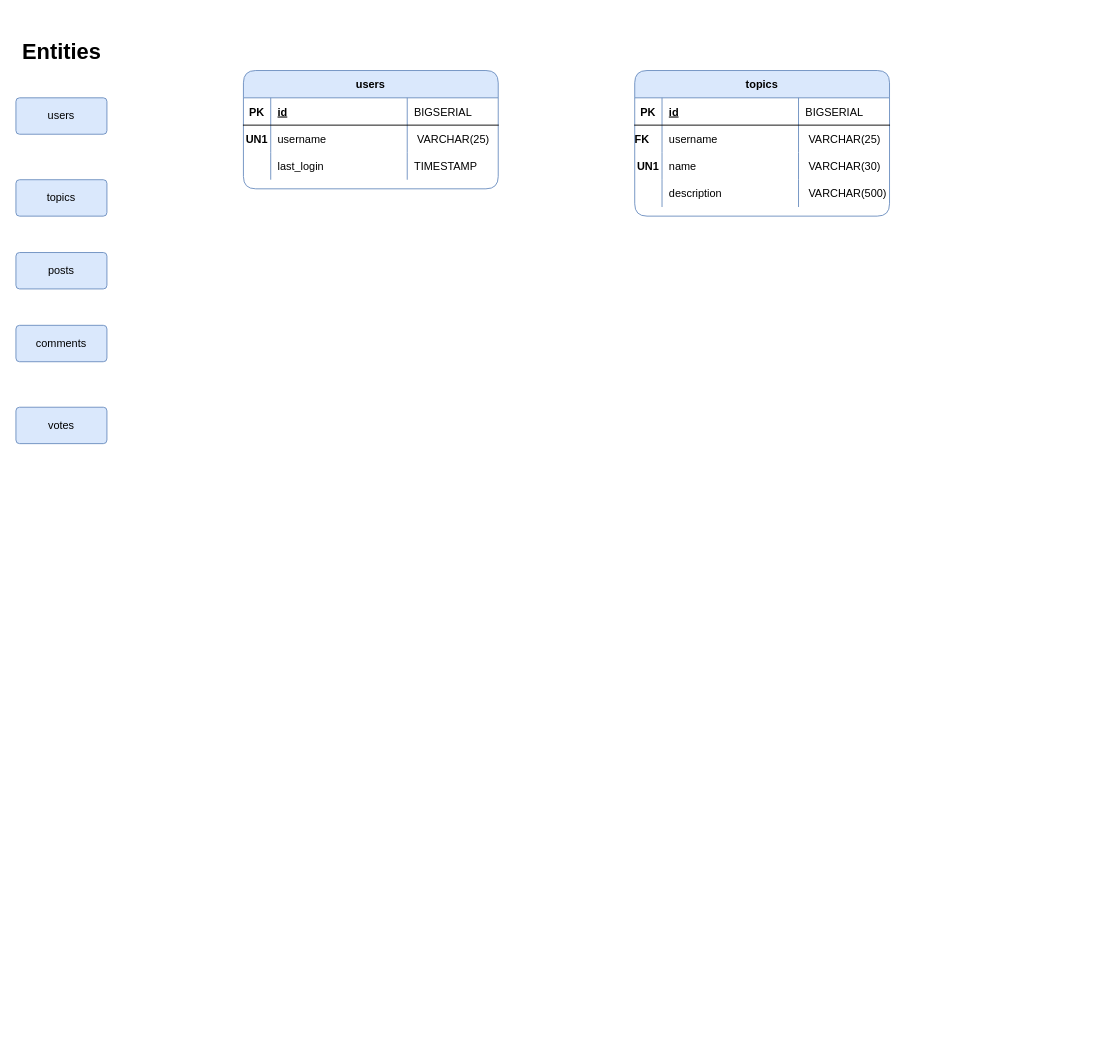
Before: page "ERD" (1 of 2) of diagrams/udiddit.drawio in osman-software-engineer/udiddit, a draw.io diagram. Source tidied: cells renumbered, new cells numbered last; positions are measured from the earlier drawing's top-left corner, leaving out a move shared by most shapes. Both pictures are drawn from the tidied source at 91%, with x=0, y=0 at pixel (15, 34).
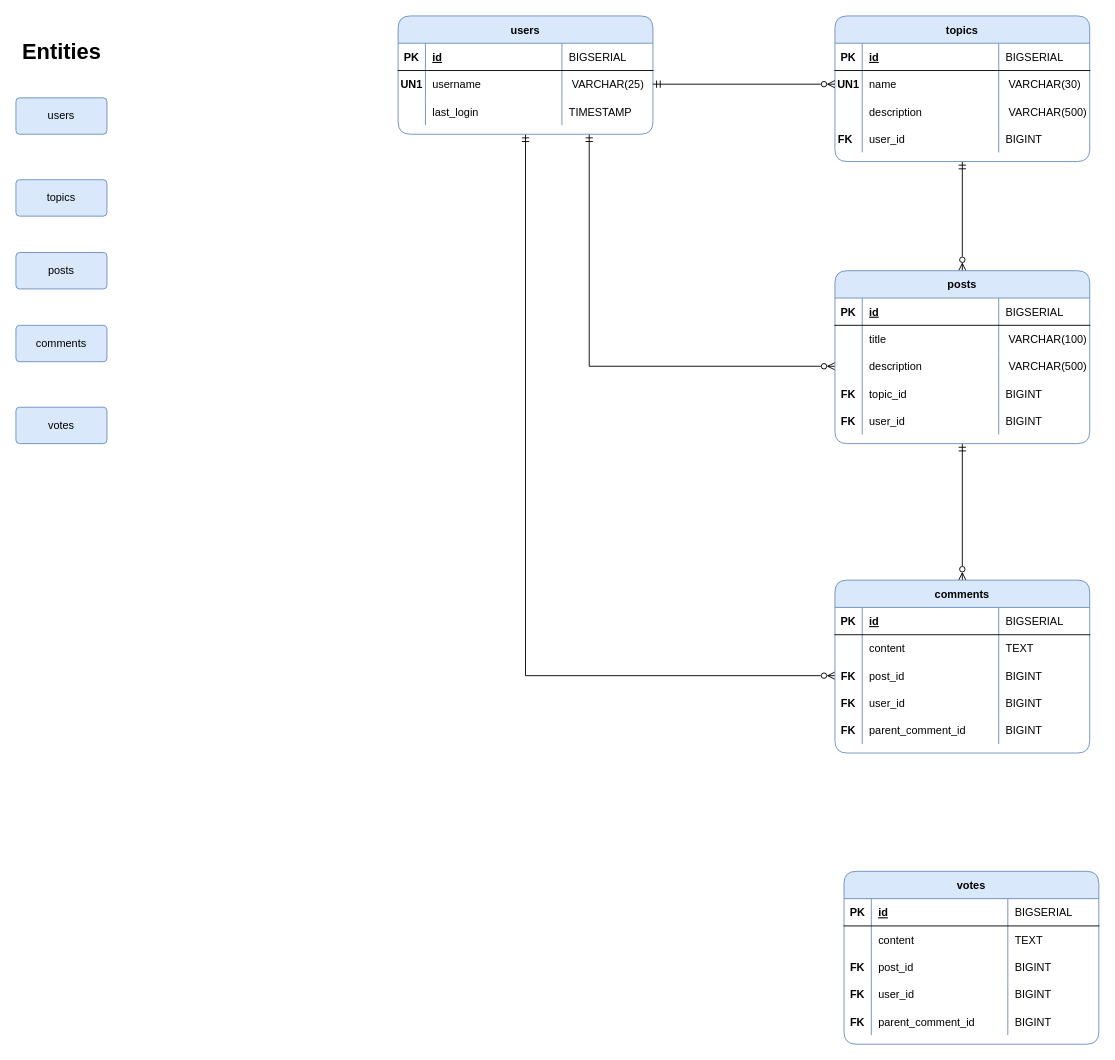
The same page after the edit.

Unchanged cells that the change refers to:
```xml
<mxCell id="13" style="shape=partialRectangle;fillColor=none;top=0;left=0;bottom=0;right=0;points=[[0,0.5],[1,0.5]];portConstraint=eastwest;" parent="8" vertex="1">
  <mxGeometry y="60" width="280" height="30" as="geometry" />
</mxCell>
```

The edit, as a diff of the source:
```diff
@@
+    <mxCell id="40" style="edgeStyle=orthogonalEdgeStyle;rounded=0;jettySize=auto;html=1;entryX=0;entryY=0.5;entryDx=0;entryDy=0;startArrow=ERmandOne;startFill=0;endArrow=ERzeroToMany;endFill=0;exitX=0.75;exitY=1;exitDx=0;exitDy=0;" parent="1" edge="1" source="8" target="53">
+      <mxGeometry relative="1" as="geometry" />
+    </mxCell>
+    <mxCell id="41" style="edgeStyle=orthogonalEdgeStyle;rounded=0;jettySize=auto;html=1;entryX=0;entryY=0.5;entryDx=0;entryDy=0;startArrow=ERmandOne;startFill=0;endArrow=ERzeroToMany;endFill=0;exitX=0.5;exitY=1;exitDx=0;exitDy=0;" parent="1" edge="1" source="8" target="75">
+      <mxGeometry relative="1" as="geometry" />
+    </mxCell>
     <mxCell id="8" value="users" style="shape=table;startSize=30;childLayout=tableLayout;rowLines=0;fontStyle=1;align=center;rounded=1;fillColor=#dae8fc;strokeColor=#6c8ebf;shadow=0;sketch=0;" parent="1" vertex="1">
-      <mxGeometry x="250" y="40" width="280" height="130" as="geometry" />
+      <mxGeometry x="420" y="-20" width="280" height="130" as="geometry" />
     </mxCell>
@@
     <mxCell id="21" value="UN1" style="shape=partialRectangle;fillColor=none;top=0;left=0;bottom=0;right=0;overflow=hidden;fontStyle=1;" parent="1" vertex="1">
-      <mxGeometry x="250" y="100" width="30" height="30" as="geometry" />
+      <mxGeometry x="420" y="40" width="30" height="30" as="geometry" />
     </mxCell>
+    <mxCell id="42" style="edgeStyle=orthogonalEdgeStyle;rounded=0;jettySize=auto;html=1;entryX=0.5;entryY=0;entryDx=0;entryDy=0;startArrow=ERmandOne;startFill=0;endArrow=ERzeroToMany;endFill=0;" parent="1" edge="1" source="22" target="44">
+      <mxGeometry relative="1" as="geometry" />
+    </mxCell>
     <mxCell id="22" value="topics" style="shape=table;startSize=30;childLayout=tableLayout;rowLines=0;fontStyle=1;align=center;rounded=1;fillColor=#dae8fc;strokeColor=#6c8ebf;shadow=0;sketch=0;" parent="1" vertex="1">
-      <mxGeometry x="680" y="40" width="280" height="160" as="geometry" />
+      <mxGeometry x="900" y="-20" width="280" height="160" as="geometry" />
     </mxCell>
@@
-    <mxCell id="27" style="shape=partialRectangle;fillColor=none;top=0;left=0;bottom=0;right=0;" parent="22" vertex="1">
-      <mxGeometry y="60" width="280" height="30" as="geometry" />
-    </mxCell>
-    <mxCell id="28" value="FK    " style="shape=partialRectangle;fillColor=none;top=0;left=0;bottom=0;right=0;overflow=hidden;fontStyle=1;" parent="27" vertex="1">
-      <mxGeometry width="30" height="30" as="geometry" />
-    </mxCell>
-    <mxCell id="29" value="username" style="shape=partialRectangle;fillColor=none;top=0;left=0;bottom=0;right=0;align=left;spacingLeft=6;overflow=hidden;" parent="27" vertex="1">
-      <mxGeometry x="30" width="150" height="30" as="geometry" />
-    </mxCell>
-    <mxCell id="30" value=" VARCHAR(25)" style="shape=partialRectangle;fillColor=none;top=0;left=0;bottom=0;right=0;align=left;spacingLeft=6;overflow=hidden;" parent="27" vertex="1">
-      <mxGeometry x="180" width="100" height="30" as="geometry" />
-    </mxCell>
     <mxCell id="31" style="shape=partialRectangle;fillColor=none;top=0;left=0;bottom=0;right=0;points=[[0,0.5],[1,0.5]];portConstraint=eastwest;" parent="22" vertex="1">
-      <mxGeometry y="90" width="280" height="30" as="geometry" />
+      <mxGeometry y="60" width="280" height="30" as="geometry" />
     </mxCell>
@@
     <mxCell id="35" style="shape=partialRectangle;fillColor=none;top=0;left=0;bottom=0;right=0;" parent="22" vertex="1">
-      <mxGeometry y="120" width="280" height="30" as="geometry" />
+      <mxGeometry y="90" width="280" height="30" as="geometry" />
     </mxCell>
@@
+    <mxCell id="27" style="shape=partialRectangle;fillColor=none;top=0;left=0;bottom=0;right=0;" parent="22" vertex="1">
+      <mxGeometry y="120" width="280" height="30" as="geometry" />
+    </mxCell>
+    <mxCell id="28" value="FK  " style="shape=partialRectangle;fillColor=none;top=0;left=0;bottom=0;right=0;overflow=hidden;fontStyle=1;" parent="27" vertex="1">
+      <mxGeometry width="30" height="30" as="geometry" />
+    </mxCell>
+    <mxCell id="29" value="user_id" style="shape=partialRectangle;fillColor=none;top=0;left=0;bottom=0;right=0;align=left;spacingLeft=6;overflow=hidden;" parent="27" vertex="1">
+      <mxGeometry x="30" width="150" height="30" as="geometry" />
+    </mxCell>
+    <mxCell id="30" value="BIGINT" style="shape=partialRectangle;fillColor=none;top=0;left=0;bottom=0;right=0;align=left;spacingLeft=6;overflow=hidden;" parent="27" vertex="1">
+      <mxGeometry x="180" width="100" height="30" as="geometry" />
+    </mxCell>
@@
+    <mxCell id="43" style="edgeStyle=orthogonalEdgeStyle;rounded=0;jettySize=auto;html=1;startArrow=ERmandOne;startFill=0;endArrow=ERzeroToMany;endFill=0;" parent="1" edge="1" source="44" target="66">
+      <mxGeometry relative="1" as="geometry" />
+    </mxCell>
+    <mxCell id="44" value="posts" style="shape=table;startSize=30;childLayout=tableLayout;rowLines=0;fontStyle=1;align=center;rounded=1;fillColor=#dae8fc;strokeColor=#6c8ebf;shadow=0;sketch=0;" parent="1" vertex="1">
+      <mxGeometry x="900" y="260" width="280" height="190" as="geometry" />
+    </mxCell>
+    <mxCell id="45" style="shape=partialRectangle;fillColor=none;top=0;left=0;bottom=1;right=0;" parent="44" vertex="1">
+      <mxGeometry y="30" width="280" height="30" as="geometry" />
+    </mxCell>
+    <mxCell id="46" value="PK" style="shape=partialRectangle;fillColor=none;top=0;left=0;bottom=0;right=0;fontStyle=1;overflow=hidden;" parent="45" vertex="1">
+      <mxGeometry width="30" height="30" as="geometry" />
+    </mxCell>
+    <mxCell id="47" value="id" style="shape=partialRectangle;fillColor=none;top=0;left=0;bottom=0;right=0;align=left;spacingLeft=6;fontStyle=5;overflow=hidden;" parent="45" vertex="1">
+      <mxGeometry x="30" width="150" height="30" as="geometry" />
+    </mxCell>
+    <mxCell id="48" value="BIGSERIAL" style="shape=partialRectangle;fillColor=none;top=0;left=0;bottom=0;right=0;align=left;spacingLeft=6;fontStyle=0;overflow=hidden;" parent="45" vertex="1">
+      <mxGeometry x="180" width="100" height="30" as="geometry" />
+    </mxCell>
+    <mxCell id="49" style="shape=partialRectangle;fillColor=none;top=0;left=0;bottom=0;right=0;" parent="44" vertex="1">
+      <mxGeometry y="60" width="280" height="30" as="geometry" />
+    </mxCell>
+    <mxCell id="50" style="shape=partialRectangle;fillColor=none;top=0;left=0;bottom=0;right=0;overflow=hidden;fontStyle=1;" parent="49" vertex="1">
+      <mxGeometry width="30" height="30" as="geometry" />
+    </mxCell>
+    <mxCell id="51" value="title" style="shape=partialRectangle;fillColor=none;top=0;left=0;bottom=0;right=0;align=left;spacingLeft=6;overflow=hidden;" parent="49" vertex="1">
+      <mxGeometry x="30" width="150" height="30" as="geometry" />
+    </mxCell>
+    <mxCell id="52" value=" VARCHAR(100)" style="shape=partialRectangle;fillColor=none;top=0;left=0;bottom=0;right=0;align=left;spacingLeft=6;overflow=hidden;" parent="49" vertex="1">
+      <mxGeometry x="180" width="100" height="30" as="geometry" />
+    </mxCell>
+    <mxCell id="53" style="shape=partialRectangle;fillColor=none;top=0;left=0;bottom=0;right=0;points=[[0,0.5],[1,0.5]];portConstraint=eastwest;" parent="44" vertex="1">
+      <mxGeometry y="90" width="280" height="30" as="geometry" />
+    </mxCell>
+    <mxCell id="54" style="shape=partialRectangle;fillColor=none;top=0;left=0;bottom=0;right=0;overflow=hidden;" parent="53" vertex="1">
+      <mxGeometry width="30" height="30" as="geometry" />
+    </mxCell>
+    <mxCell id="55" value="description" style="shape=partialRectangle;fillColor=none;top=0;left=0;bottom=0;right=0;align=left;spacingLeft=6;overflow=hidden;" parent="53" vertex="1">
+      <mxGeometry x="30" width="150" height="30" as="geometry" />
+    </mxCell>
+    <mxCell id="56" value=" VARCHAR(500)" style="shape=partialRectangle;fillColor=none;top=0;left=0;bottom=0;right=0;align=left;spacingLeft=6;overflow=hidden;" parent="53" vertex="1">
+      <mxGeometry x="180" width="100" height="30" as="geometry" />
+    </mxCell>
+    <mxCell id="57" style="shape=partialRectangle;fillColor=none;top=0;left=0;bottom=0;right=0;" parent="44" vertex="1">
+      <mxGeometry y="120" width="280" height="30" as="geometry" />
+    </mxCell>
+    <mxCell id="58" value="FK" style="shape=partialRectangle;fillColor=none;top=0;left=0;bottom=0;right=0;overflow=hidden;fontStyle=1;" parent="57" vertex="1">
+      <mxGeometry width="30" height="30" as="geometry" />
+    </mxCell>
+    <mxCell id="59" value="topic_id" style="shape=partialRectangle;fillColor=none;top=0;left=0;bottom=0;right=0;align=left;spacingLeft=6;overflow=hidden;" parent="57" vertex="1">
+      <mxGeometry x="30" width="150" height="30" as="geometry" />
+    </mxCell>
+    <mxCell id="60" value="BIGINT" style="shape=partialRectangle;fillColor=none;top=0;left=0;bottom=0;right=0;align=left;spacingLeft=6;overflow=hidden;" parent="57" vertex="1">
+      <mxGeometry x="180" width="100" height="30" as="geometry" />
+    </mxCell>
+    <mxCell id="61" style="shape=partialRectangle;fillColor=none;top=0;left=0;bottom=0;right=0;" parent="44" vertex="1">
+      <mxGeometry y="150" width="280" height="30" as="geometry" />
+    </mxCell>
+    <mxCell id="62" value="FK" style="shape=partialRectangle;fillColor=none;top=0;left=0;bottom=0;right=0;overflow=hidden;fontStyle=1;" parent="61" vertex="1">
+      <mxGeometry width="30" height="30" as="geometry" />
+    </mxCell>
+    <mxCell id="63" value="user_id" style="shape=partialRectangle;fillColor=none;top=0;left=0;bottom=0;right=0;align=left;spacingLeft=6;overflow=hidden;" parent="61" vertex="1">
+      <mxGeometry x="30" width="150" height="30" as="geometry" />
+    </mxCell>
+    <mxCell id="64" value="BIGINT" style="shape=partialRectangle;fillColor=none;top=0;left=0;bottom=0;right=0;align=left;spacingLeft=6;overflow=hidden;" parent="61" vertex="1">
+      <mxGeometry x="180" width="100" height="30" as="geometry" />
+    </mxCell>
+    <mxCell id="65" style="edgeStyle=orthogonalEdgeStyle;rounded=0;jettySize=auto;html=1;entryX=0;entryY=0.5;entryDx=0;entryDy=0;endArrow=ERzeroToMany;endFill=0;startArrow=ERmandOne;startFill=0;" parent="1" edge="1" source="13" target="31">
+      <mxGeometry relative="1" as="geometry" />
+    </mxCell>
+    <mxCell id="66" value="comments" style="shape=table;startSize=30;childLayout=tableLayout;rowLines=0;fontStyle=1;align=center;rounded=1;fillColor=#dae8fc;strokeColor=#6c8ebf;shadow=0;sketch=0;" parent="1" vertex="1">
+      <mxGeometry x="900" y="600" width="280" height="190" as="geometry" />
+    </mxCell>
+    <mxCell id="67" style="shape=partialRectangle;fillColor=none;top=0;left=0;bottom=1;right=0;" parent="66" vertex="1">
+      <mxGeometry y="30" width="280" height="30" as="geometry" />
+    </mxCell>
+    <mxCell id="68" value="PK" style="shape=partialRectangle;fillColor=none;top=0;left=0;bottom=0;right=0;fontStyle=1;overflow=hidden;" parent="67" vertex="1">
+      <mxGeometry width="30" height="30" as="geometry" />
+    </mxCell>
+    <mxCell id="69" value="id" style="shape=partialRectangle;fillColor=none;top=0;left=0;bottom=0;right=0;align=left;spacingLeft=6;fontStyle=5;overflow=hidden;" parent="67" vertex="1">
+      <mxGeometry x="30" width="150" height="30" as="geometry" />
+    </mxCell>
+    <mxCell id="70" value="BIGSERIAL" style="shape=partialRectangle;fillColor=none;top=0;left=0;bottom=0;right=0;align=left;spacingLeft=6;fontStyle=0;overflow=hidden;" parent="67" vertex="1">
+      <mxGeometry x="180" width="100" height="30" as="geometry" />
+    </mxCell>
+    <mxCell id="71" style="shape=partialRectangle;fillColor=none;top=0;left=0;bottom=0;right=0;" parent="66" vertex="1">
+      <mxGeometry y="60" width="280" height="30" as="geometry" />
+    </mxCell>
+    <mxCell id="72" style="shape=partialRectangle;fillColor=none;top=0;left=0;bottom=0;right=0;overflow=hidden;fontStyle=1;" parent="71" vertex="1">
+      <mxGeometry width="30" height="30" as="geometry" />
+    </mxCell>
+    <mxCell id="73" value="content" style="shape=partialRectangle;fillColor=none;top=0;left=0;bottom=0;right=0;align=left;spacingLeft=6;overflow=hidden;" parent="71" vertex="1">
+      <mxGeometry x="30" width="150" height="30" as="geometry" />
+    </mxCell>
+    <mxCell id="74" value="TEXT" style="shape=partialRectangle;fillColor=none;top=0;left=0;bottom=0;right=0;align=left;spacingLeft=6;overflow=hidden;" parent="71" vertex="1">
+      <mxGeometry x="180" width="100" height="30" as="geometry" />
+    </mxCell>
+    <mxCell id="75" style="shape=partialRectangle;fillColor=none;top=0;left=0;bottom=0;right=0;points=[[0,0.5],[1,0.5]];portConstraint=eastwest;" parent="66" vertex="1">
+      <mxGeometry y="90" width="280" height="30" as="geometry" />
+    </mxCell>
+    <mxCell id="76" value="FK" style="shape=partialRectangle;fillColor=none;top=0;left=0;bottom=0;right=0;overflow=hidden;fontStyle=1;" parent="75" vertex="1">
+      <mxGeometry width="30" height="30" as="geometry" />
+    </mxCell>
+    <mxCell id="77" value="post_id" style="shape=partialRectangle;fillColor=none;top=0;left=0;bottom=0;right=0;align=left;spacingLeft=6;overflow=hidden;" parent="75" vertex="1">
+      <mxGeometry x="30" width="150" height="30" as="geometry" />
+    </mxCell>
+    <mxCell id="78" value="BIGINT" style="shape=partialRectangle;fillColor=none;top=0;left=0;bottom=0;right=0;align=left;spacingLeft=6;overflow=hidden;" parent="75" vertex="1">
+      <mxGeometry x="180" width="100" height="30" as="geometry" />
+    </mxCell>
+    <mxCell id="79" style="shape=partialRectangle;fillColor=none;top=0;left=0;bottom=0;right=0;" parent="66" vertex="1">
+      <mxGeometry y="120" width="280" height="30" as="geometry" />
+    </mxCell>
+    <mxCell id="80" value="FK" style="shape=partialRectangle;fillColor=none;top=0;left=0;bottom=0;right=0;overflow=hidden;fontStyle=1;" parent="79" vertex="1">
+      <mxGeometry width="30" height="30" as="geometry" />
+    </mxCell>
+    <mxCell id="81" value="user_id" style="shape=partialRectangle;fillColor=none;top=0;left=0;bottom=0;right=0;align=left;spacingLeft=6;overflow=hidden;" parent="79" vertex="1">
+      <mxGeometry x="30" width="150" height="30" as="geometry" />
+    </mxCell>
+    <mxCell id="82" value="BIGINT" style="shape=partialRectangle;fillColor=none;top=0;left=0;bottom=0;right=0;align=left;spacingLeft=6;overflow=hidden;" parent="79" vertex="1">
+      <mxGeometry x="180" width="100" height="30" as="geometry" />
+    </mxCell>
+    <mxCell id="83" style="shape=partialRectangle;fillColor=none;top=0;left=0;bottom=0;right=0;" parent="66" vertex="1">
+      <mxGeometry y="150" width="280" height="30" as="geometry" />
+    </mxCell>
+    <mxCell id="84" value="FK" style="shape=partialRectangle;fillColor=none;top=0;left=0;bottom=0;right=0;overflow=hidden;fontStyle=1;" parent="83" vertex="1">
+      <mxGeometry width="30" height="30" as="geometry" />
+    </mxCell>
+    <mxCell id="85" value="parent_comment_id" style="shape=partialRectangle;fillColor=none;top=0;left=0;bottom=0;right=0;align=left;spacingLeft=6;overflow=hidden;" parent="83" vertex="1">
+      <mxGeometry x="30" width="150" height="30" as="geometry" />
+    </mxCell>
+    <mxCell id="86" value="BIGINT" style="shape=partialRectangle;fillColor=none;top=0;left=0;bottom=0;right=0;align=left;spacingLeft=6;overflow=hidden;" parent="83" vertex="1">
+      <mxGeometry x="180" width="100" height="30" as="geometry" />
+    </mxCell>
+    <mxCell id="87" value="votes" style="shape=table;startSize=30;childLayout=tableLayout;rowLines=0;fontStyle=1;align=center;rounded=1;fillColor=#dae8fc;strokeColor=#6c8ebf;shadow=0;sketch=0;" parent="1" vertex="1">
+      <mxGeometry x="910" y="920" width="280" height="190" as="geometry" />
+    </mxCell>
+    <mxCell id="88" style="shape=partialRectangle;fillColor=none;top=0;left=0;bottom=1;right=0;" parent="87" vertex="1">
+      <mxGeometry y="30" width="280" height="30" as="geometry" />
+    </mxCell>
+    <mxCell id="89" value="PK" style="shape=partialRectangle;fillColor=none;top=0;left=0;bottom=0;right=0;fontStyle=1;overflow=hidden;" parent="88" vertex="1">
+      <mxGeometry width="30" height="30" as="geometry" />
+    </mxCell>
+    <mxCell id="90" value="id" style="shape=partialRectangle;fillColor=none;top=0;left=0;bottom=0;right=0;align=left;spacingLeft=6;fontStyle=5;overflow=hidden;" parent="88" vertex="1">
+      <mxGeometry x="30" width="150" height="30" as="geometry" />
+    </mxCell>
+    <mxCell id="91" value="BIGSERIAL" style="shape=partialRectangle;fillColor=none;top=0;left=0;bottom=0;right=0;align=left;spacingLeft=6;fontStyle=0;overflow=hidden;" parent="88" vertex="1">
+      <mxGeometry x="180" width="100" height="30" as="geometry" />
+    </mxCell>
+    <mxCell id="92" style="shape=partialRectangle;fillColor=none;top=0;left=0;bottom=0;right=0;" parent="87" vertex="1">
+      <mxGeometry y="60" width="280" height="30" as="geometry" />
+    </mxCell>
+    <mxCell id="93" style="shape=partialRectangle;fillColor=none;top=0;left=0;bottom=0;right=0;overflow=hidden;fontStyle=1;" parent="92" vertex="1">
+      <mxGeometry width="30" height="30" as="geometry" />
+    </mxCell>
+    <mxCell id="94" value="content" style="shape=partialRectangle;fillColor=none;top=0;left=0;bottom=0;right=0;align=left;spacingLeft=6;overflow=hidden;" parent="92" vertex="1">
+      <mxGeometry x="30" width="150" height="30" as="geometry" />
+    </mxCell>
+    <mxCell id="95" value="TEXT" style="shape=partialRectangle;fillColor=none;top=0;left=0;bottom=0;right=0;align=left;spacingLeft=6;overflow=hidden;" parent="92" vertex="1">
+      <mxGeometry x="180" width="100" height="30" as="geometry" />
+    </mxCell>
+    <mxCell id="96" style="shape=partialRectangle;fillColor=none;top=0;left=0;bottom=0;right=0;" parent="87" vertex="1">
+      <mxGeometry y="90" width="280" height="30" as="geometry" />
+    </mxCell>
+    <mxCell id="97" value="FK" style="shape=partialRectangle;fillColor=none;top=0;left=0;bottom=0;right=0;overflow=hidden;fontStyle=1;" parent="96" vertex="1">
+      <mxGeometry width="30" height="30" as="geometry" />
+    </mxCell>
+    <mxCell id="98" value="post_id" style="shape=partialRectangle;fillColor=none;top=0;left=0;bottom=0;right=0;align=left;spacingLeft=6;overflow=hidden;" parent="96" vertex="1">
+      <mxGeometry x="30" width="150" height="30" as="geometry" />
+    </mxCell>
+    <mxCell id="99" value="BIGINT" style="shape=partialRectangle;fillColor=none;top=0;left=0;bottom=0;right=0;align=left;spacingLeft=6;overflow=hidden;" parent="96" vertex="1">
+      <mxGeometry x="180" width="100" height="30" as="geometry" />
+    </mxCell>
+    <mxCell id="100" style="shape=partialRectangle;fillColor=none;top=0;left=0;bottom=0;right=0;" parent="87" vertex="1">
+      <mxGeometry y="120" width="280" height="30" as="geometry" />
+    </mxCell>
+    <mxCell id="101" value="FK" style="shape=partialRectangle;fillColor=none;top=0;left=0;bottom=0;right=0;overflow=hidden;fontStyle=1;" parent="100" vertex="1">
+      <mxGeometry width="30" height="30" as="geometry" />
+    </mxCell>
+    <mxCell id="102" value="user_id" style="shape=partialRectangle;fillColor=none;top=0;left=0;bottom=0;right=0;align=left;spacingLeft=6;overflow=hidden;" parent="100" vertex="1">
+      <mxGeometry x="30" width="150" height="30" as="geometry" />
+    </mxCell>
+    <mxCell id="103" value="BIGINT" style="shape=partialRectangle;fillColor=none;top=0;left=0;bottom=0;right=0;align=left;spacingLeft=6;overflow=hidden;" parent="100" vertex="1">
+      <mxGeometry x="180" width="100" height="30" as="geometry" />
+    </mxCell>
+    <mxCell id="104" style="shape=partialRectangle;fillColor=none;top=0;left=0;bottom=0;right=0;" parent="87" vertex="1">
+      <mxGeometry y="150" width="280" height="30" as="geometry" />
+    </mxCell>
+    <mxCell id="105" value="FK" style="shape=partialRectangle;fillColor=none;top=0;left=0;bottom=0;right=0;overflow=hidden;fontStyle=1;" parent="104" vertex="1">
+      <mxGeometry width="30" height="30" as="geometry" />
+    </mxCell>
+    <mxCell id="106" value="parent_comment_id" style="shape=partialRectangle;fillColor=none;top=0;left=0;bottom=0;right=0;align=left;spacingLeft=6;overflow=hidden;" parent="104" vertex="1">
+      <mxGeometry x="30" width="150" height="30" as="geometry" />
+    </mxCell>
+    <mxCell id="107" value="BIGINT" style="shape=partialRectangle;fillColor=none;top=0;left=0;bottom=0;right=0;align=left;spacingLeft=6;overflow=hidden;" parent="104" vertex="1">
+      <mxGeometry x="180" width="100" height="30" as="geometry" />
+    </mxCell>
```
